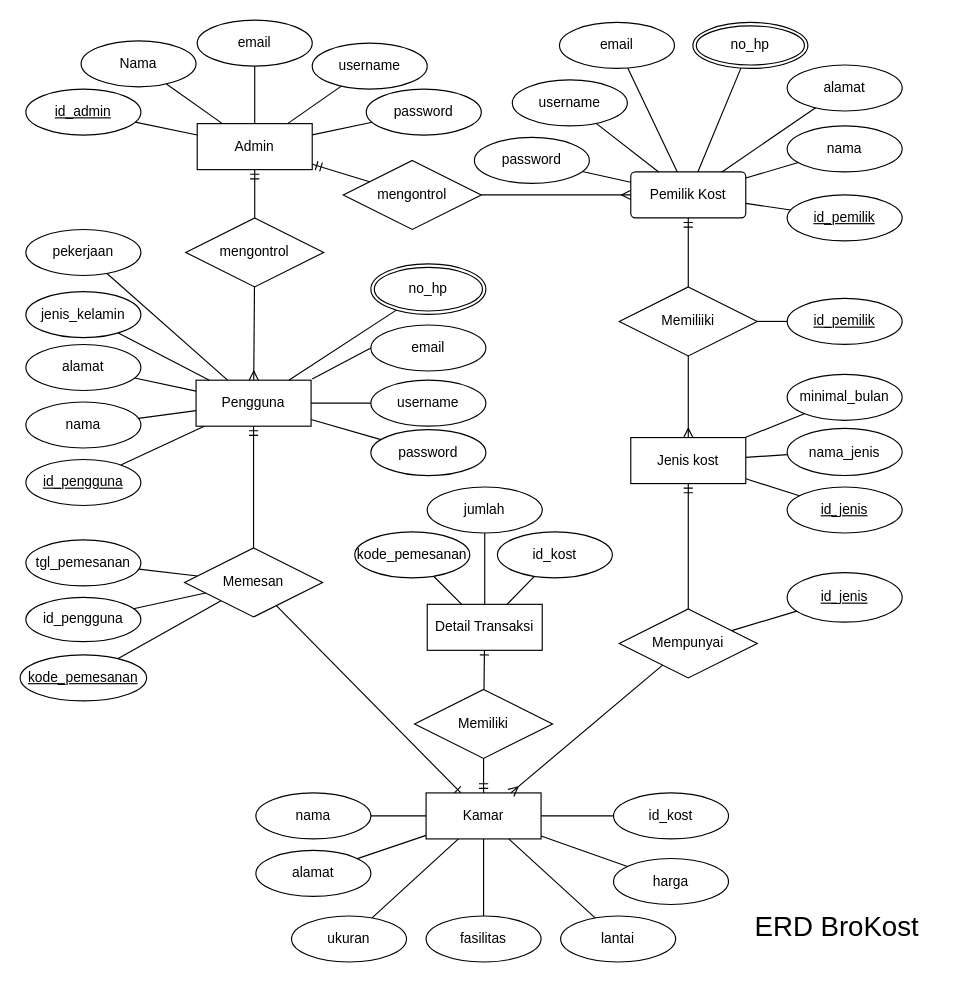
Above: pengerjaan/desain/erd brokost.drawio in fajar1976/brokost (draw.io), before the change. Source tidied: cells renumbered, new cells numbered last; positions are measured from the earlier drawing's top-left corner, leaving out a move shared by most shapes. Both pictures are drawn from the tidied source at 115%, with x=0, y=0 at pixel (20, 20).
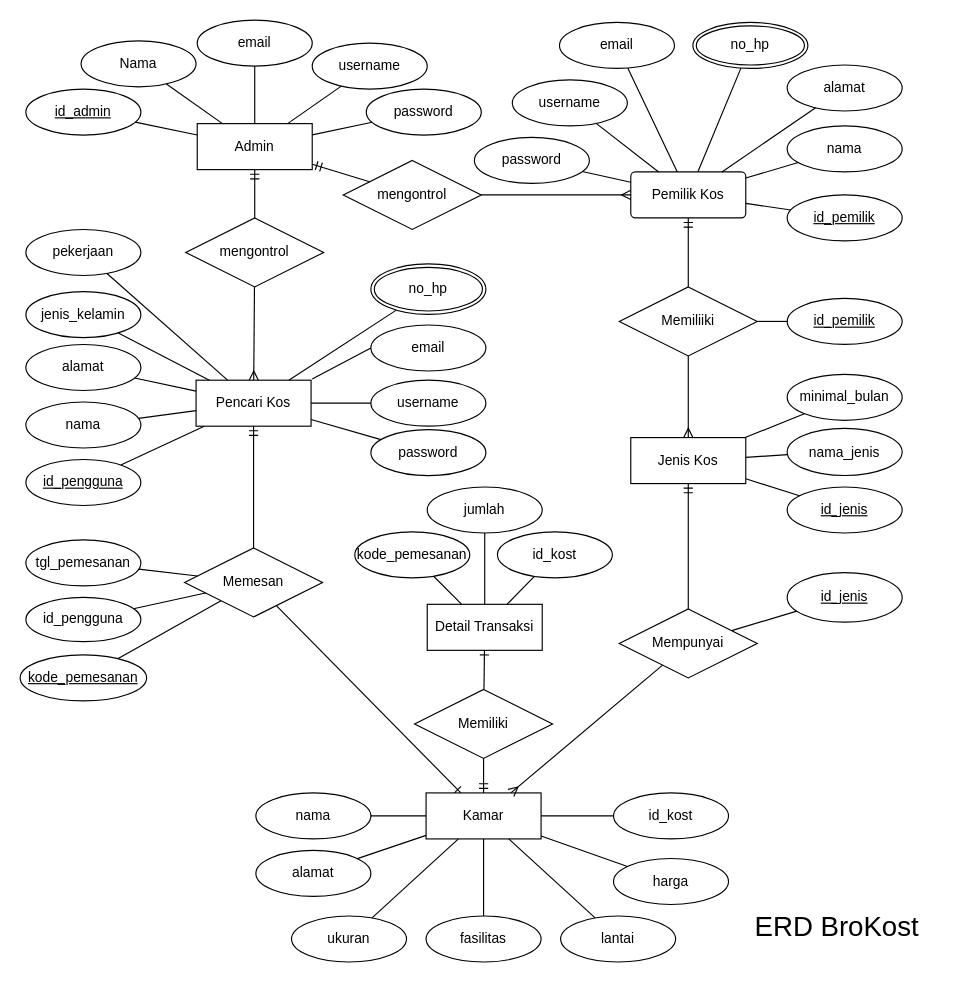
The same page after the edit.

What changed in the source:
```diff
@@
-    <mxCell id="2" value="Pengguna" style="whiteSpace=wrap;html=1;align=center;" parent="1" vertex="1">
+    <mxCell id="2" value="Pencari Kos" style="whiteSpace=wrap;html=1;align=center;" parent="1" vertex="1">
       <mxGeometry x="153" y="313.1" width="100" height="40" as="geometry" />
     </mxCell>
@@
-    <mxCell id="14" value="Pemilik Kost" style="rounded=1;arcSize=10;whiteSpace=wrap;html=1;align=center;strokeColor=default;" parent="1" vertex="1">
+    <mxCell id="14" value="Pemilik Kos" style="rounded=1;arcSize=10;whiteSpace=wrap;html=1;align=center;strokeColor=default;" parent="1" vertex="1">
       <mxGeometry x="531" y="132" width="100" height="40" as="geometry" />
     </mxCell>
@@
-    <mxCell id="84" value="Jenis kost" style="whiteSpace=wrap;html=1;align=center;" parent="1" vertex="1">
+    <mxCell id="84" value="Jenis Kos" style="whiteSpace=wrap;html=1;align=center;" parent="1" vertex="1">
       <mxGeometry x="531" y="363" width="100" height="40" as="geometry" />
     </mxCell>
```
